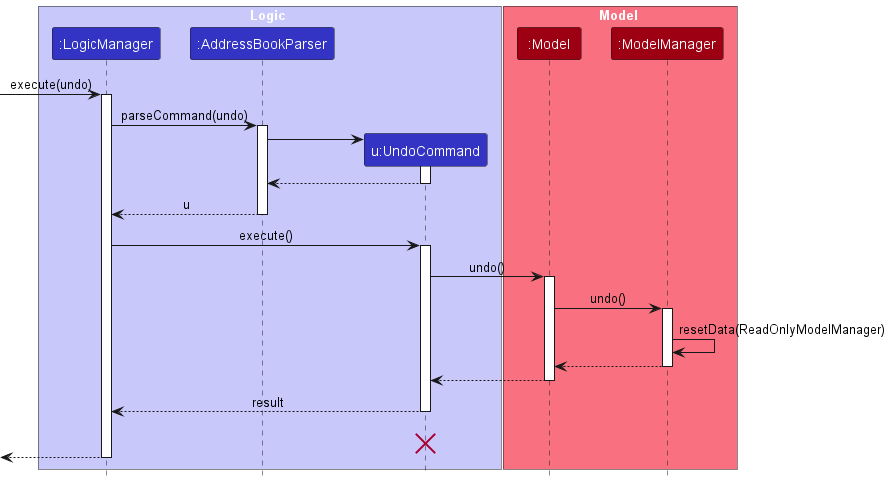
Earlier version of the PlantUML export docs/images/UndoSequenceDiagram.png (nus-cs2103-AY2324S1/tp).
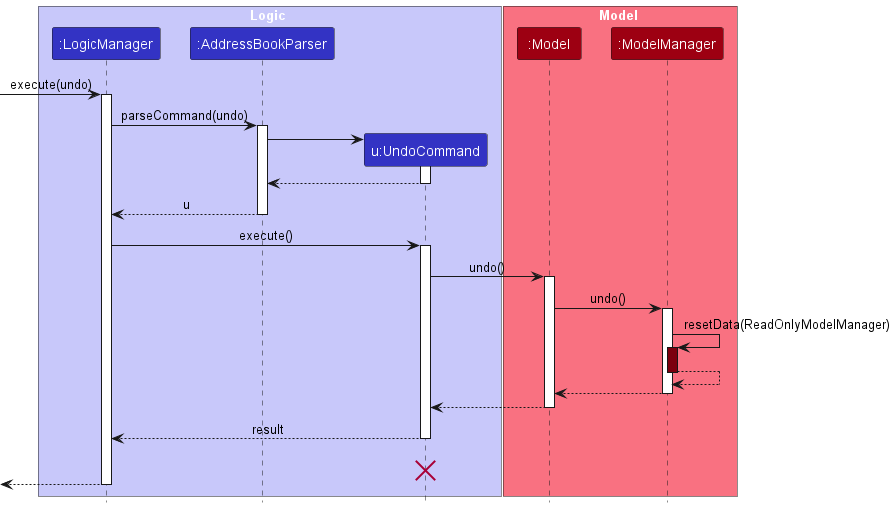
After the change.

What changed in the source:
```diff
@@ -38,6 +38,9 @@
 activate ModelManager
 
 ModelManager -> ModelManager :resetData(ReadOnlyModelManager)
+activate ModelManager MODEL_COLOR_T3
+ModelManager --> ModelManager
+deactivate ModelManager
 ModelManager --> Model :
 deactivate ModelManager
 
```
